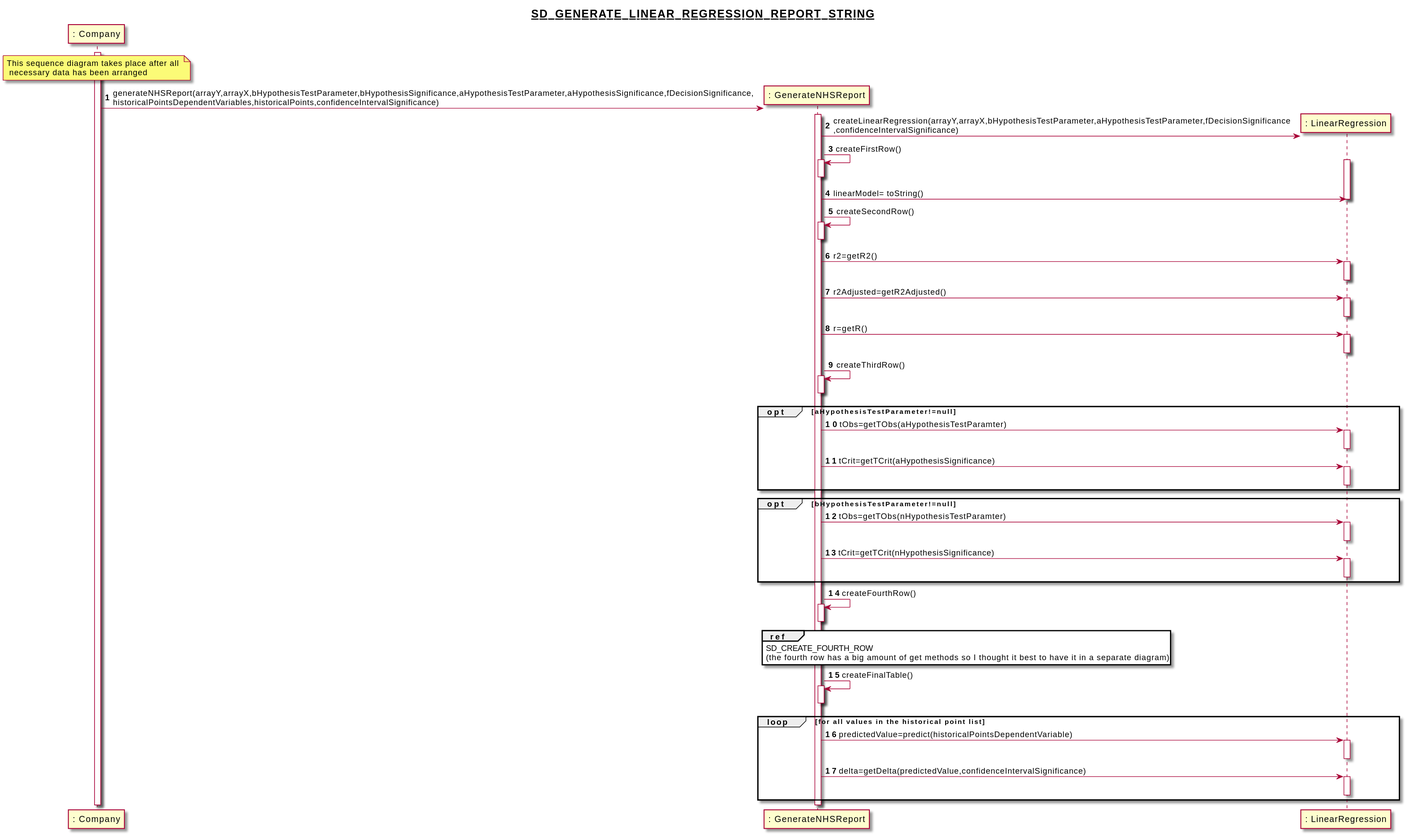
Earlier version of the PlantUML export docs/SprintD/US_19/SD_GENERATE_LINEAR_REGRESSION_REPORT_STRING.svg (RuiRioPina/LAPR2-20-21). The source it was exported from:
```plantuml
@startuml
autonumber
title
__**SD_GENERATE_LINEAR_REGRESSION_REPORT_STRING**__
end title

participant ": Company" as COMP
participant ": GenerateNHSReport" as GNR
participant ": LinearRegression" as LR


activate COMP
note over  COMP : This sequence diagram takes place after all \n necessary data has been arranged
COMP -> GNR**:generateNHSReport(arrayY,arrayX,bHypothesisTestParameter,bHypothesisSignificance,aHypothesisTestParameter,aHypothesisSignificance,fDecisionSignificance,\nhistoricalPointsDependentVariables,historicalPoints,confidenceIntervalSignificance)
activate GNR
GNR -> LR**:createLinearRegression(arrayY,arrayX,bHypothesisTestParameter,aHypothesisTestParameter,fDecisionSignificance\n,confidenceIntervalSignificance)
GNR -> GNR: createFirstRow()
activate GNR
deactivate GNR
activate LR
GNR-> LR:linearModel= toString()


deactivate LR
GNR -> GNR:createSecondRow()
activate GNR
deactivate GNR
GNR -> LR: r2=getR2()
activate LR
deactivate LR
GNR -> LR: r2Adjusted=getR2Adjusted()
activate LR
deactivate LR
GNR -> LR: r=getR()
activate LR
deactivate LR
GNR -> GNR:createThirdRow()
activate GNR
deactivate GNR
opt aHypothesisTestParameter!=null
GNR -> LR: tObs=getTObs(aHypothesisTestParamter)
activate LR
deactivate LR
GNR -> LR: tCrit=getTCrit(aHypothesisSignificance)
activate LR
deactivate LR
end opt
opt bHypothesisTestParameter!=null
GNR -> LR: tObs=getTObs(nHypothesisTestParamter)
activate LR
deactivate LR
GNR -> LR: tCrit=getTCrit(nHypothesisSignificance)
activate LR
deactivate LR
end opt
GNR -> GNR:createFourthRow()
activate GNR
deactivate GNR
ref over GNR
  SD_CREATE_FOURTH_ROW
  (the fourth row has a big amount of get methods so I thought it best to have it in a separate diagram)
end ref
GNR -> GNR:createFinalTable()
activate GNR
deactivate GNR
loop for all values in the historical point list
GNR -> LR: predictedValue=predict(historicalPointsDependentVariable)
activate LR
deactivate LR
GNR -> LR: delta=getDelta(predictedValue,confidenceIntervalSignificance)
activate LR
deactivate LR
end loop
deactivate LR
@enduml
```
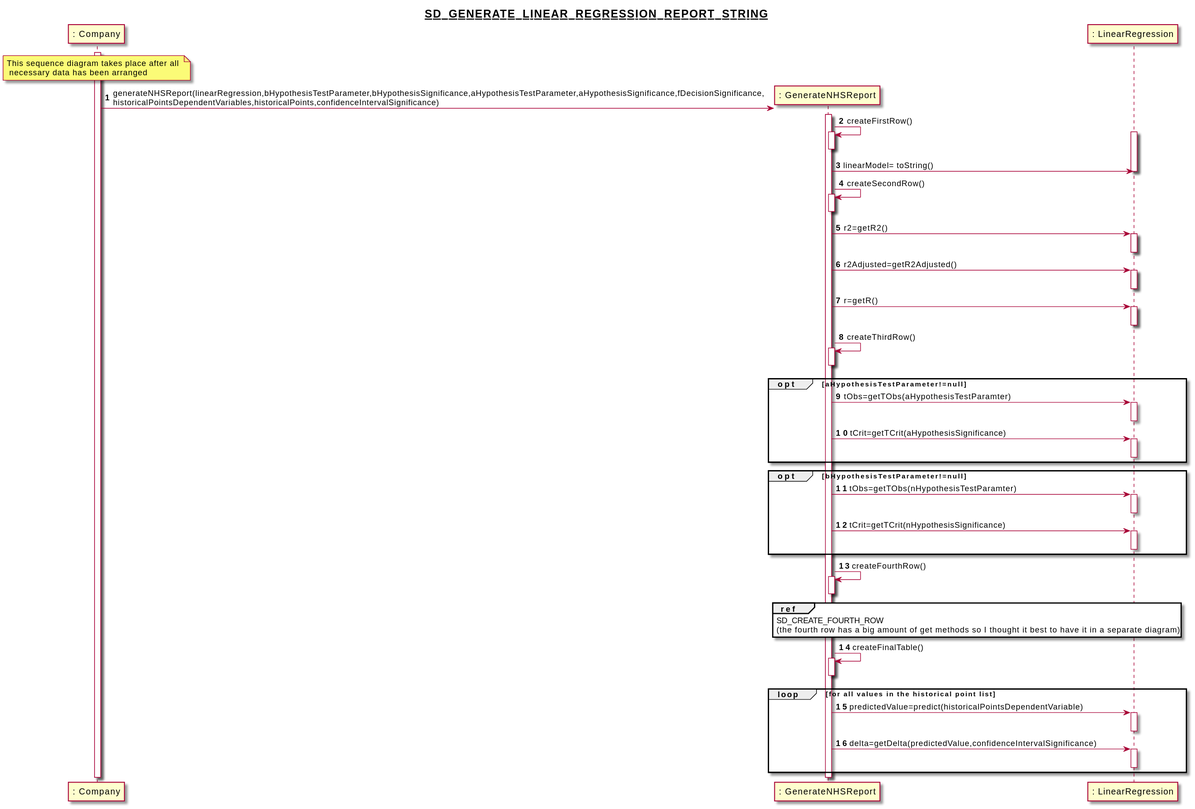
Later version of the same file.

The edit, as a diff of the source:
```diff
@@ -11,9 +11,8 @@
 
 activate COMP
 note over  COMP : This sequence diagram takes place after all \n necessary data has been arranged
-COMP -> GNR**:generateNHSReport(arrayY,arrayX,bHypothesisTestParameter,bHypothesisSignificance,aHypothesisTestParameter,aHypothesisSignificance,fDecisionSignificance,\nhistoricalPointsDependentVariables,historicalPoints,confidenceIntervalSignificance)
+COMP -> GNR**:generateNHSReport(linearRegression,bHypothesisTestParameter,bHypothesisSignificance,aHypothesisTestParameter,aHypothesisSignificance,fDecisionSignificance,\nhistoricalPointsDependentVariables,historicalPoints,confidenceIntervalSignificance)
 activate GNR
-GNR -> LR**:createLinearRegression(arrayY,arrayX,bHypothesisTestParameter,aHypothesisTestParameter,fDecisionSignificance\n,confidenceIntervalSignificance)
 GNR -> GNR: createFirstRow()
 activate GNR
 deactivate GNR
```
